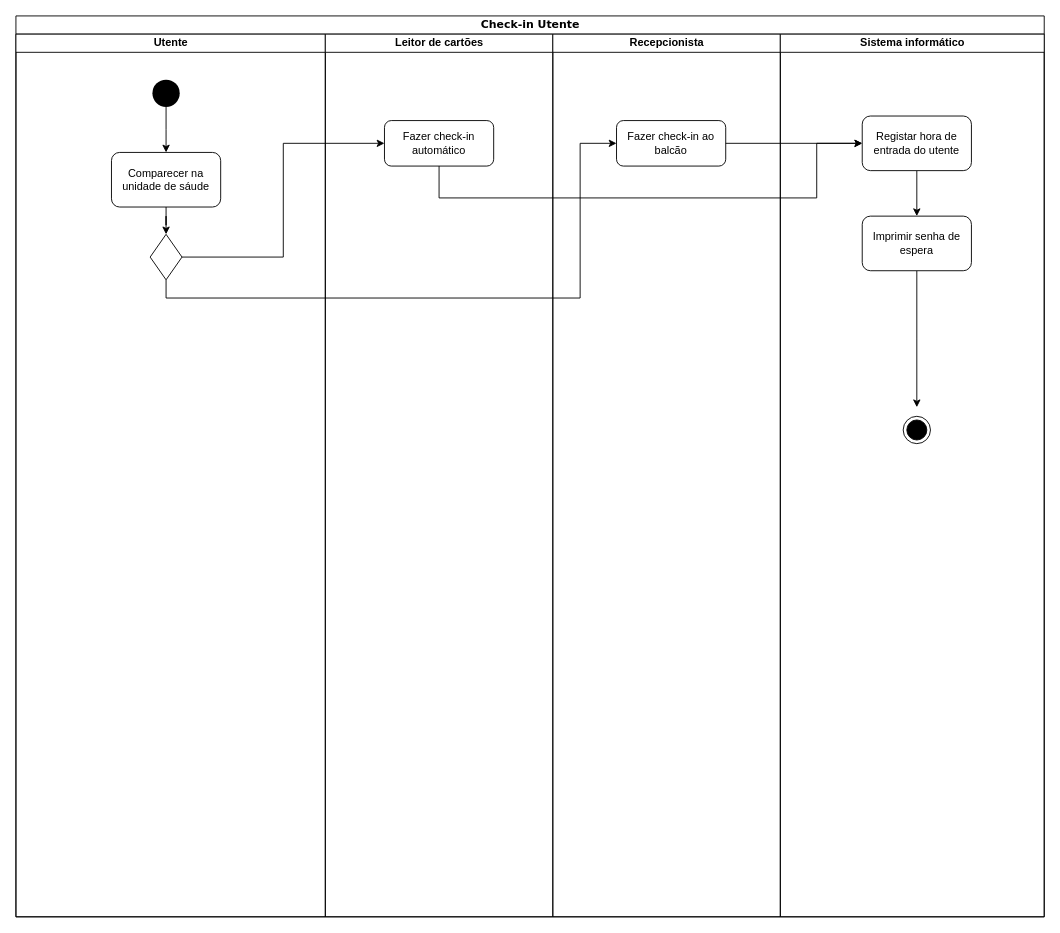
Above: page "Check-in Utente" (5 of 6) of Diagramas de actividades.drawio in carlan92/Hospital_Management_System (draw.io), before the change. Source tidied: cells renumbered, new cells numbered last; positions are measured from the earlier drawing's top-left corner, leaving out a move shared by most shapes. Both pictures are drawn from the tidied source at 91%, with x=0, y=0 at pixel (15, 15).
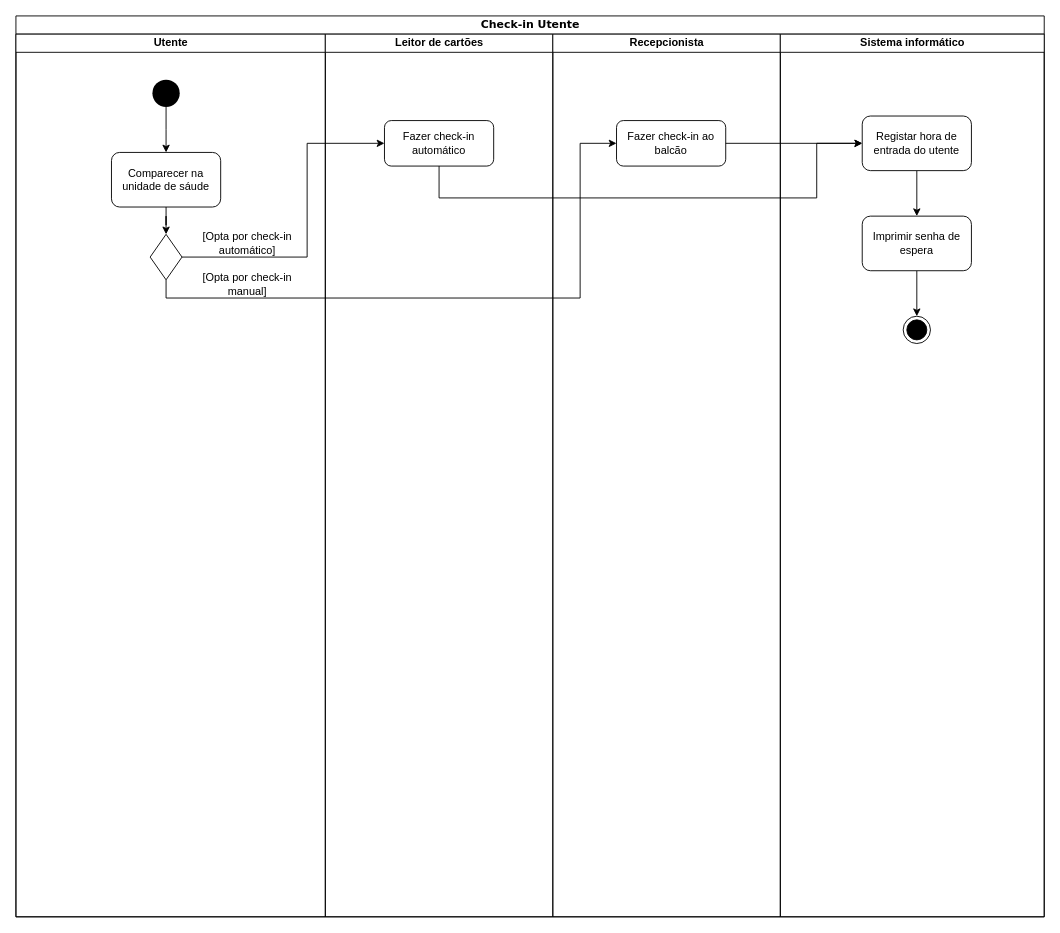
The same diagram, later.

The change refers to these unchanged cells:
```xml
<mxCell id="2" value="Check-in Utente" style="swimlane;html=1;startSize=20;rounded=0;shadow=0;comic=0;labelBackgroundColor=none;strokeWidth=1;fontFamily=Verdana;fontSize=12;align=center;" parent="1" vertex="1">
  <mxGeometry width="1130" height="990" as="geometry" />
</mxCell>
<mxCell id="3" value="Utente" style="swimlane;html=1;startSize=20;" parent="2" vertex="1">
  <mxGeometry y="20" width="340" height="970" as="geometry" />
</mxCell>
<mxCell id="7" style="rhombus;whiteSpace=wrap;html=1;" parent="3" vertex="1">
  <mxGeometry x="147.5" y="220" width="35" height="50" as="geometry" />
</mxCell>
<mxCell id="10" value="Fazer check-in&lt;br&gt;automático" style="rounded=1;whiteSpace=wrap;html=1;" parent="9" vertex="1">
  <mxGeometry x="65" y="95" width="120" height="50" as="geometry" />
</mxCell>
<mxCell id="13" value="Sistema informático" style="swimlane;html=1;startSize=20;" parent="2" vertex="1">
  <mxGeometry x="840" y="20" width="290" height="970" as="geometry" />
</mxCell>
<mxCell id="17" value="Imprimir senha de espera" style="rounded=1;whiteSpace=wrap;html=1;" parent="13" vertex="1">
  <mxGeometry x="90" y="200" width="120" height="60" as="geometry" />
</mxCell>
```

What changed in the source:
```diff
@@
+    <mxCell id="23" value="[Opta por check-in &lt;br&gt;automático]" style="text;html=1;align=center;verticalAlign=middle;" parent="3" vertex="1">
+      <mxGeometry x="199" y="215" width="110" height="30" as="geometry" />
+    </mxCell>
+    <mxCell id="24" value="[Opta por check-in &lt;br&gt;manual]" style="text;html=1;align=center;verticalAlign=middle;" parent="3" vertex="1">
+      <mxGeometry x="199" y="260" width="110" height="30" as="geometry" />
+    </mxCell>
@@
-    <mxCell id="16" style="edgeStyle=orthogonalEdgeStyle;rounded=0;jettySize=auto;html=1;exitX=0.5;exitY=1;exitDx=0;exitDy=0;" parent="13" edge="1" source="17">
-      <mxGeometry relative="1" as="geometry">
-        <mxPoint x="150" y="410" as="targetPoint" />
-      </mxGeometry>
-    </mxCell>
+    <mxCell id="25" style="edgeStyle=orthogonalEdgeStyle;rounded=0;jettySize=auto;html=1;exitX=0.5;exitY=1;exitDx=0;exitDy=0;entryX=0.5;entryY=0;entryDx=0;entryDy=0;" parent="13" edge="1" source="17" target="18">
+      <mxGeometry relative="1" as="geometry" />
+    </mxCell>
@@
     <mxCell id="18" style="ellipse;html=1;shape=endState;fillColor=#000000;strokeColor=#000000;" parent="13" vertex="1">
-      <mxGeometry x="135" y="420" width="30" height="30" as="geometry" />
+      <mxGeometry x="135" y="310" width="30" height="30" as="geometry" />
     </mxCell>
     <mxCell id="19" style="edgeStyle=orthogonalEdgeStyle;rounded=0;jettySize=auto;html=1;exitX=1;exitY=0.5;exitDx=0;exitDy=0;entryX=0;entryY=0.5;entryDx=0;entryDy=0;" parent="2" edge="1" source="7" target="10">
-      <mxGeometry relative="1" as="geometry" />
+      <mxGeometry relative="1" as="geometry">
+        <Array as="points">
+          <mxPoint x="320" y="265" />
+          <mxPoint x="320" y="140" />
+        </Array>
+      </mxGeometry>
     </mxCell>
```
